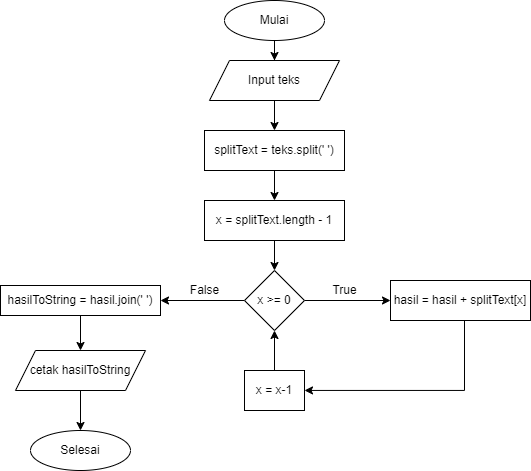
Above: Tugas 2/reverse dan palindrom-Reverse.drawio.png in taufik17/Pijar_Camp (draw.io), before the change. Source tidied: cells renumbered, new cells last; positions are measured from the earlier drawing's top-left corner, leaving out a move shared by most shapes.
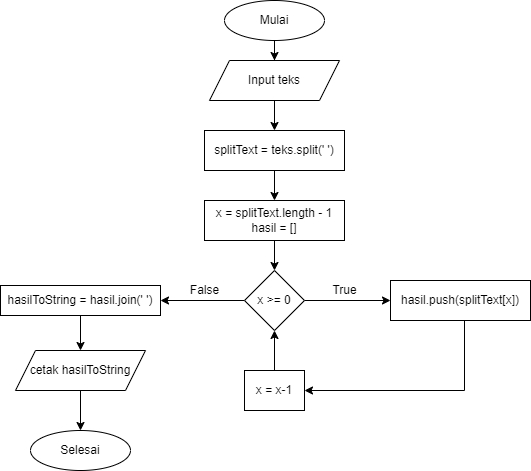
Later version of the same file.

Change to the diagram source:
```diff
@@ -26,7 +26,7 @@
     <mxCell id="9" style="edgeStyle=orthogonalEdgeStyle;rounded=0;jettySize=auto;html=1;" parent="1" edge="1" source="10" target="13">
       <mxGeometry relative="1" as="geometry" />
     </mxCell>
-    <mxCell id="10" value="x = splitText.length - 1" style="rounded=0;whiteSpace=wrap;html=1;" parent="1" vertex="1">
+    <mxCell id="10" value="x = splitText.length - 1&lt;br&gt;hasil = []" style="rounded=0;whiteSpace=wrap;html=1;" parent="1" vertex="1">
       <mxGeometry x="204" y="200" width="140" height="40" as="geometry" />
     </mxCell>
     <mxCell id="11" style="edgeStyle=orthogonalEdgeStyle;rounded=0;jettySize=auto;html=1;" parent="1" edge="1" source="13" target="19">
@@ -45,7 +45,7 @@
         </Array>
       </mxGeometry>
     </mxCell>
-    <mxCell id="15" value="hasil = hasil + splitText[x]" style="rounded=0;whiteSpace=wrap;html=1;" parent="1" vertex="1">
+    <mxCell id="15" value="hasil.push(splitText[x])" style="rounded=0;whiteSpace=wrap;html=1;" parent="1" vertex="1">
       <mxGeometry x="390" y="280" width="140" height="40" as="geometry" />
     </mxCell>
     <mxCell id="16" style="edgeStyle=orthogonalEdgeStyle;rounded=0;jettySize=auto;html=1;" parent="1" edge="1" source="17" target="13">
```
